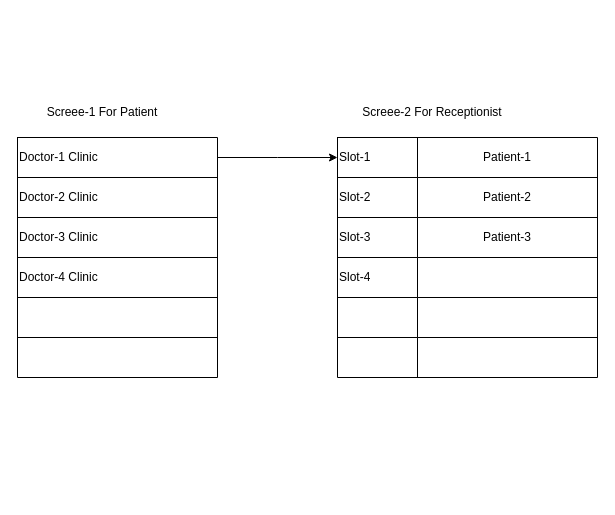
Before: Untitled Diagram.drawio in vikasgarg88131/PersonalClinicManager, a draw.io diagram. Source tidied: cells renumbered, new cells numbered last; positions are measured from the earlier drawing's top-left corner, leaving out a move shared by most shapes. Both pictures are drawn from the tidied source at 100%, with x=0, y=0 at pixel (17, 97).
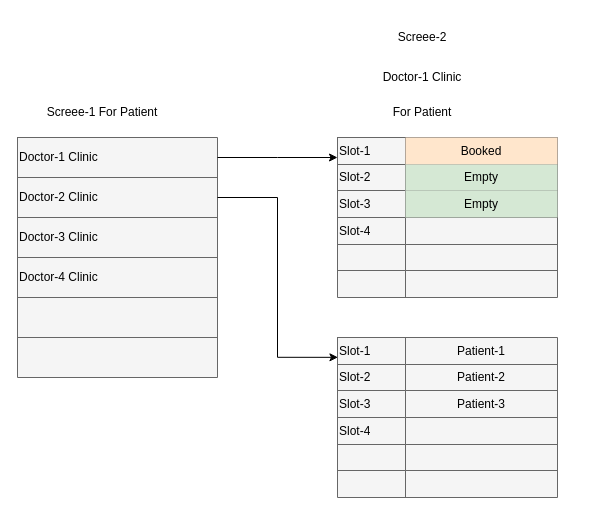
Above is the later version.

Unchanged cells that the change refers to:
```xml
<mxCell id="6" style="shape=tableRow;horizontal=0;startSize=0;swimlaneHead=0;swimlaneBody=0;top=0;left=0;bottom=0;right=0;fillColor=none;points=[[0,0.5],[1,0.5]];portConstraint=eastwest;" parent="3" vertex="1">
  <mxGeometry y="40" width="200" height="40" as="geometry" />
</mxCell>
```

Change to the diagram source:
```diff
@@
-    <mxCell id="3" style="shape=table;html=1;whiteSpace=wrap;startSize=0;childLayout=tableLayout;swimlaneLine=1;" parent="1" vertex="1">
+    <mxCell id="3" style="shape=table;html=1;whiteSpace=wrap;startSize=0;childLayout=tableLayout;swimlaneLine=1;fillColor=#f5f5f5;fontColor=#333333;strokeColor=#666666;" parent="1" vertex="1">
       <mxGeometry y="40" width="200" height="240" as="geometry" />
     </mxCell>
@@
-    <mxCell id="17" style="shape=table;html=1;whiteSpace=wrap;startSize=0;childLayout=tableLayout;swimlaneLine=1;" parent="1" vertex="1">
-      <mxGeometry x="320" y="40" width="260" height="240" as="geometry" />
+    <mxCell id="17" style="shape=table;html=1;whiteSpace=wrap;startSize=0;childLayout=tableLayout;swimlaneLine=1;fillColor=#f5f5f5;fontColor=#333333;strokeColor=#666666;" parent="1" vertex="1">
+      <mxGeometry x="320" y="40" width="220" height="160" as="geometry" />
     </mxCell>
     <mxCell id="18" style="shape=tableRow;horizontal=0;startSize=0;swimlaneHead=0;swimlaneBody=0;top=0;left=0;bottom=0;right=0;fillColor=none;" parent="17" vertex="1">
-      <mxGeometry width="260" height="40" as="geometry" />
+      <mxGeometry width="220" height="27" as="geometry" />
     </mxCell>
     <mxCell id="19" value="Slot-1" style="shape=partialRectangle;html=1;whiteSpace=wrap;fillColor=none;top=0;left=0;bottom=0;right=0;overflow=hidden;align=left;" parent="18" vertex="1">
-      <mxGeometry width="80" height="40" as="geometry" />
+      <mxGeometry width="68" height="27" as="geometry" />
     </mxCell>
-    <mxCell id="20" value="Patient-1" style="shape=partialRectangle;html=1;whiteSpace=wrap;fillColor=none;top=0;left=0;bottom=0;right=0;overflow=hidden;" parent="18" vertex="1">
-      <mxGeometry x="80" width="180" height="40" as="geometry" />
+    <mxCell id="20" value="Booked" style="shape=partialRectangle;html=1;whiteSpace=wrap;fillColor=#ffe6cc;top=0;left=0;bottom=0;right=0;overflow=hidden;strokeColor=#d79b00;" parent="18" vertex="1">
+      <mxGeometry x="68" width="152" height="27" as="geometry" />
     </mxCell>
     <mxCell id="21" style="shape=tableRow;horizontal=0;startSize=0;swimlaneHead=0;swimlaneBody=0;top=0;left=0;bottom=0;right=0;fillColor=none;" parent="17" vertex="1">
-      <mxGeometry y="40" width="260" height="40" as="geometry" />
+      <mxGeometry y="27" width="220" height="26" as="geometry" />
     </mxCell>
-    <mxCell id="22" style="shape=partialRectangle;html=1;whiteSpace=wrap;fillColor=none;top=0;left=0;bottom=0;right=0;overflow=hidden;" parent="21" vertex="1">
-      <mxGeometry width="80" height="40" as="geometry" />
+    <mxCell id="22" value="Slot-2" style="shape=partialRectangle;html=1;whiteSpace=wrap;fillColor=none;top=0;left=0;bottom=0;right=0;overflow=hidden;align=left;" parent="21" vertex="1">
+      <mxGeometry width="68" height="26" as="geometry" />
     </mxCell>
-    <mxCell id="23" value="Patient-2" style="shape=partialRectangle;html=1;whiteSpace=wrap;fillColor=none;top=0;left=0;bottom=0;right=0;overflow=hidden;" parent="21" vertex="1">
-      <mxGeometry x="80" width="180" height="40" as="geometry" />
+    <mxCell id="23" value="Empty" style="shape=partialRectangle;html=1;whiteSpace=wrap;fillColor=#d5e8d4;top=0;left=0;bottom=0;right=0;overflow=hidden;strokeColor=#82b366;" parent="21" vertex="1">
+      <mxGeometry x="68" width="152" height="26" as="geometry" />
     </mxCell>
     <mxCell id="24" style="shape=tableRow;horizontal=0;startSize=0;swimlaneHead=0;swimlaneBody=0;top=0;left=0;bottom=0;right=0;fillColor=none;" parent="17" vertex="1">
-      <mxGeometry y="80" width="260" height="40" as="geometry" />
+      <mxGeometry y="53" width="220" height="27" as="geometry" />
     </mxCell>
-    <mxCell id="25" style="shape=partialRectangle;html=1;whiteSpace=wrap;fillColor=none;top=0;left=0;bottom=0;right=0;overflow=hidden;" parent="24" vertex="1">
-      <mxGeometry width="80" height="40" as="geometry" />
+    <mxCell id="25" value="Slot-3" style="shape=partialRectangle;html=1;whiteSpace=wrap;fillColor=none;top=0;left=0;bottom=0;right=0;overflow=hidden;align=left;" parent="24" vertex="1">
+      <mxGeometry width="68" height="27" as="geometry" />
     </mxCell>
-    <mxCell id="26" value="Patient-3" style="shape=partialRectangle;html=1;whiteSpace=wrap;fillColor=none;top=0;left=0;bottom=0;right=0;overflow=hidden;" parent="24" vertex="1">
-      <mxGeometry x="80" width="180" height="40" as="geometry" />
+    <mxCell id="26" value="Empty" style="shape=partialRectangle;html=1;whiteSpace=wrap;fillColor=#d5e8d4;top=0;left=0;bottom=0;right=0;overflow=hidden;strokeColor=#82b366;" parent="24" vertex="1">
+      <mxGeometry x="68" width="152" height="27" as="geometry" />
     </mxCell>
     <mxCell id="27" style="shape=tableRow;horizontal=0;startSize=0;swimlaneHead=0;swimlaneBody=0;top=0;left=0;bottom=0;right=0;fillColor=none;" parent="17" vertex="1">
-      <mxGeometry y="120" width="260" height="40" as="geometry" />
+      <mxGeometry y="80" width="220" height="27" as="geometry" />
     </mxCell>
-    <mxCell id="28" style="shape=partialRectangle;html=1;whiteSpace=wrap;fillColor=none;top=0;left=0;bottom=0;right=0;overflow=hidden;" parent="27" vertex="1">
-      <mxGeometry width="80" height="40" as="geometry" />
+    <mxCell id="28" value="Slot-4" style="shape=partialRectangle;html=1;whiteSpace=wrap;fillColor=none;top=0;left=0;bottom=0;right=0;overflow=hidden;align=left;" parent="27" vertex="1">
+      <mxGeometry width="68" height="27" as="geometry" />
     </mxCell>
     <mxCell id="29" style="shape=partialRectangle;html=1;whiteSpace=wrap;fillColor=none;top=0;left=0;bottom=0;right=0;overflow=hidden;" parent="27" vertex="1">
-      <mxGeometry x="80" width="180" height="40" as="geometry" />
+      <mxGeometry x="68" width="152" height="27" as="geometry" />
     </mxCell>
     <mxCell id="30" style="shape=tableRow;horizontal=0;startSize=0;swimlaneHead=0;swimlaneBody=0;top=0;left=0;bottom=0;right=0;fillColor=none;" parent="17" vertex="1">
-      <mxGeometry y="160" width="260" height="40" as="geometry" />
+      <mxGeometry y="107" width="220" height="26" as="geometry" />
     </mxCell>
     <mxCell id="31" style="shape=partialRectangle;html=1;whiteSpace=wrap;fillColor=none;top=0;left=0;bottom=0;right=0;overflow=hidden;" parent="30" vertex="1">
-      <mxGeometry width="80" height="40" as="geometry" />
+      <mxGeometry width="68" height="26" as="geometry" />
     </mxCell>
     <mxCell id="32" style="shape=partialRectangle;html=1;whiteSpace=wrap;fillColor=none;top=0;left=0;bottom=0;right=0;overflow=hidden;" parent="30" vertex="1">
-      <mxGeometry x="80" width="180" height="40" as="geometry" />
+      <mxGeometry x="68" width="152" height="26" as="geometry" />
     </mxCell>
     <mxCell id="33" style="shape=tableRow;horizontal=0;startSize=0;swimlaneHead=0;swimlaneBody=0;top=0;left=0;bottom=0;right=0;fillColor=none;" parent="17" vertex="1">
-      <mxGeometry y="200" width="260" height="40" as="geometry" />
+      <mxGeometry y="133" width="220" height="27" as="geometry" />
     </mxCell>
     <mxCell id="34" style="shape=partialRectangle;html=1;whiteSpace=wrap;fillColor=none;top=0;left=0;bottom=0;right=0;overflow=hidden;" parent="33" vertex="1">
-      <mxGeometry width="80" height="40" as="geometry" />
+      <mxGeometry width="68" height="27" as="geometry" />
     </mxCell>
     <mxCell id="35" style="shape=partialRectangle;html=1;whiteSpace=wrap;fillColor=none;top=0;left=0;bottom=0;right=0;overflow=hidden;" parent="33" vertex="1">
-      <mxGeometry x="80" width="180" height="40" as="geometry" />
+      <mxGeometry x="68" width="152" height="27" as="geometry" />
     </mxCell>
-    <mxCell id="36" value="Screee-2 For Receptionist" style="text;html=1;strokeColor=none;fillColor=none;align=center;verticalAlign=middle;whiteSpace=wrap;rounded=0;" parent="1" vertex="1">
-      <mxGeometry x="330" width="170" height="30" as="geometry" />
+    <mxCell id="36" value="For Patient" style="text;html=1;strokeColor=none;fillColor=none;align=center;verticalAlign=middle;whiteSpace=wrap;rounded=0;" parent="1" vertex="1">
+      <mxGeometry x="320" width="170" height="30" as="geometry" />
     </mxCell>
@@
+    <mxCell id="41" value="Screee-2" style="text;html=1;strokeColor=none;fillColor=none;align=center;verticalAlign=middle;whiteSpace=wrap;rounded=0;" parent="1" vertex="1">
+      <mxGeometry x="320" y="-80" width="170" height="40" as="geometry" />
+    </mxCell>
+    <mxCell id="42" value="Doctor-1 Clinic" style="text;html=1;strokeColor=none;fillColor=none;align=center;verticalAlign=middle;whiteSpace=wrap;rounded=0;" parent="1" vertex="1">
+      <mxGeometry x="320" y="-40" width="170" height="40" as="geometry" />
+    </mxCell>
+    <mxCell id="43" style="shape=table;html=1;whiteSpace=wrap;startSize=0;childLayout=tableLayout;swimlaneLine=1;fillColor=#f5f5f5;fontColor=#333333;strokeColor=#666666;" parent="1" vertex="1">
+      <mxGeometry x="320" y="240" width="220" height="160" as="geometry" />
+    </mxCell>
+    <mxCell id="44" style="shape=tableRow;horizontal=0;startSize=0;swimlaneHead=0;swimlaneBody=0;top=0;left=0;bottom=0;right=0;fillColor=none;" parent="43" vertex="1">
+      <mxGeometry width="220" height="27" as="geometry" />
+    </mxCell>
+    <mxCell id="45" value="Slot-1" style="shape=partialRectangle;html=1;whiteSpace=wrap;fillColor=none;top=0;left=0;bottom=0;right=0;overflow=hidden;align=left;" parent="44" vertex="1">
+      <mxGeometry width="68" height="27" as="geometry" />
+    </mxCell>
+    <mxCell id="46" value="Patient-1" style="shape=partialRectangle;html=1;whiteSpace=wrap;fillColor=none;top=0;left=0;bottom=0;right=0;overflow=hidden;" parent="44" vertex="1">
+      <mxGeometry x="68" width="152" height="27" as="geometry" />
+    </mxCell>
+    <mxCell id="47" style="shape=tableRow;horizontal=0;startSize=0;swimlaneHead=0;swimlaneBody=0;top=0;left=0;bottom=0;right=0;fillColor=none;" parent="43" vertex="1">
+      <mxGeometry y="27" width="220" height="26" as="geometry" />
+    </mxCell>
-    <mxCell id="38" value="Slot-2" style="shape=partialRectangle;html=1;whiteSpace=wrap;fillColor=none;top=0;left=0;bottom=0;right=0;overflow=hidden;align=left;" parent="1" vertex="1">
-      <mxGeometry x="320" y="80" width="80" height="40" as="geometry" />
+    <mxCell id="38" value="Slot-2" style="shape=partialRectangle;html=1;whiteSpace=wrap;fillColor=none;top=0;left=0;bottom=0;right=0;overflow=hidden;align=left;" parent="47" vertex="1">
+      <mxGeometry width="68" height="26" as="geometry" />
     </mxCell>
+    <mxCell id="48" value="Patient-2" style="shape=partialRectangle;html=1;whiteSpace=wrap;fillColor=none;top=0;left=0;bottom=0;right=0;overflow=hidden;" parent="47" vertex="1">
+      <mxGeometry x="68" width="152" height="26" as="geometry" />
+    </mxCell>
+    <mxCell id="49" style="shape=tableRow;horizontal=0;startSize=0;swimlaneHead=0;swimlaneBody=0;top=0;left=0;bottom=0;right=0;fillColor=none;" parent="43" vertex="1">
+      <mxGeometry y="53" width="220" height="27" as="geometry" />
+    </mxCell>
-    <mxCell id="39" value="Slot-3" style="shape=partialRectangle;html=1;whiteSpace=wrap;fillColor=none;top=0;left=0;bottom=0;right=0;overflow=hidden;align=left;" parent="1" vertex="1">
-      <mxGeometry x="320" y="120" width="80" height="40" as="geometry" />
+    <mxCell id="39" value="Slot-3" style="shape=partialRectangle;html=1;whiteSpace=wrap;fillColor=none;top=0;left=0;bottom=0;right=0;overflow=hidden;align=left;" parent="49" vertex="1">
+      <mxGeometry width="68" height="27" as="geometry" />
     </mxCell>
+    <mxCell id="50" value="Patient-3" style="shape=partialRectangle;html=1;whiteSpace=wrap;fillColor=none;top=0;left=0;bottom=0;right=0;overflow=hidden;" parent="49" vertex="1">
+      <mxGeometry x="68" width="152" height="27" as="geometry" />
+    </mxCell>
+    <mxCell id="51" style="shape=tableRow;horizontal=0;startSize=0;swimlaneHead=0;swimlaneBody=0;top=0;left=0;bottom=0;right=0;fillColor=none;" parent="43" vertex="1">
+      <mxGeometry y="80" width="220" height="27" as="geometry" />
+    </mxCell>
-    <mxCell id="40" value="Slot-4" style="shape=partialRectangle;html=1;whiteSpace=wrap;fillColor=none;top=0;left=0;bottom=0;right=0;overflow=hidden;align=left;" parent="1" vertex="1">
-      <mxGeometry x="320" y="160" width="80" height="40" as="geometry" />
+    <mxCell id="40" value="Slot-4" style="shape=partialRectangle;html=1;whiteSpace=wrap;fillColor=none;top=0;left=0;bottom=0;right=0;overflow=hidden;align=left;" parent="51" vertex="1">
+      <mxGeometry width="68" height="27" as="geometry" />
     </mxCell>
+    <mxCell id="52" style="shape=partialRectangle;html=1;whiteSpace=wrap;fillColor=none;top=0;left=0;bottom=0;right=0;overflow=hidden;" parent="51" vertex="1">
+      <mxGeometry x="68" width="152" height="27" as="geometry" />
+    </mxCell>
+    <mxCell id="53" style="shape=tableRow;horizontal=0;startSize=0;swimlaneHead=0;swimlaneBody=0;top=0;left=0;bottom=0;right=0;fillColor=none;" parent="43" vertex="1">
+      <mxGeometry y="107" width="220" height="26" as="geometry" />
+    </mxCell>
+    <mxCell id="54" style="shape=partialRectangle;html=1;whiteSpace=wrap;fillColor=none;top=0;left=0;bottom=0;right=0;overflow=hidden;" parent="53" vertex="1">
+      <mxGeometry width="68" height="26" as="geometry" />
+    </mxCell>
+    <mxCell id="55" style="shape=partialRectangle;html=1;whiteSpace=wrap;fillColor=none;top=0;left=0;bottom=0;right=0;overflow=hidden;" parent="53" vertex="1">
+      <mxGeometry x="68" width="152" height="26" as="geometry" />
+    </mxCell>
+    <mxCell id="56" style="shape=tableRow;horizontal=0;startSize=0;swimlaneHead=0;swimlaneBody=0;top=0;left=0;bottom=0;right=0;fillColor=none;" parent="43" vertex="1">
+      <mxGeometry y="133" width="220" height="27" as="geometry" />
+    </mxCell>
+    <mxCell id="57" style="shape=partialRectangle;html=1;whiteSpace=wrap;fillColor=none;top=0;left=0;bottom=0;right=0;overflow=hidden;" parent="56" vertex="1">
+      <mxGeometry width="68" height="27" as="geometry" />
+    </mxCell>
+    <mxCell id="58" style="shape=partialRectangle;html=1;whiteSpace=wrap;fillColor=none;top=0;left=0;bottom=0;right=0;overflow=hidden;" parent="56" vertex="1">
+      <mxGeometry x="68" width="152" height="27" as="geometry" />
+    </mxCell>
+    <mxCell id="59" style="edgeStyle=orthogonalEdgeStyle;rounded=0;jettySize=auto;html=1;exitX=1;exitY=0.5;exitDx=0;exitDy=0;entryX=0.002;entryY=0.124;entryDx=0;entryDy=0;entryPerimeter=0;" parent="1" edge="1" source="6" target="43">
+      <mxGeometry relative="1" as="geometry" />
+    </mxCell>
```
